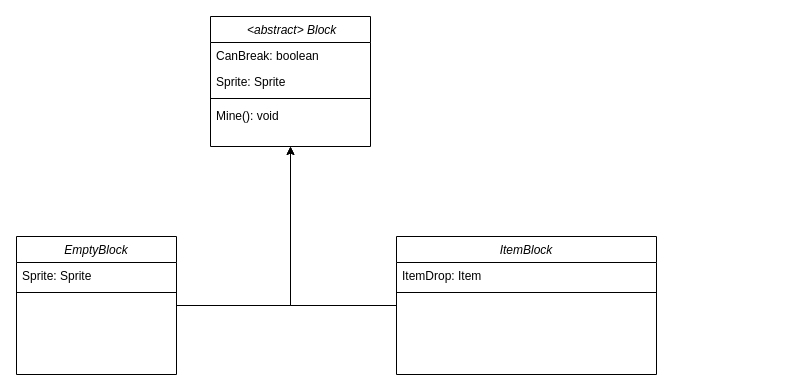
This is page "La Map" (1 of 2) of Projet.drawio from The17thDoctor/Nicomine, a draw.io file, before an edit. Source tidied: cells renumbered, new cells numbered last; positions are measured from the earlier drawing's top-left corner, leaving out a move shared by most shapes. Both pictures are drawn from the tidied source at 100%, with x=0, y=0 at pixel (16, 16).
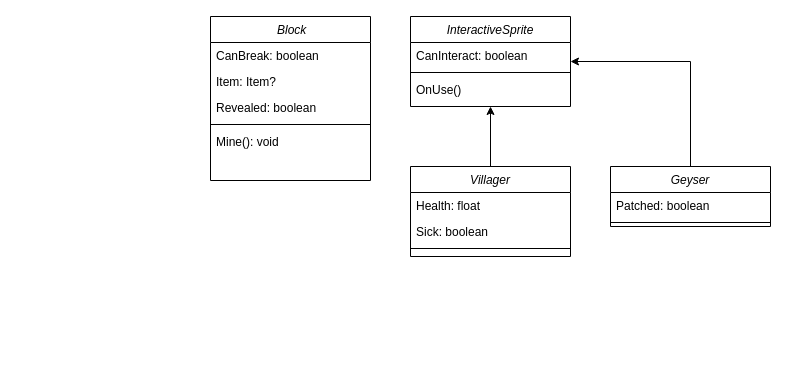
The same page after the edit.

Commit message (it also covers changes not shown here):
Mettre à jour Projet.drawio

Change to the diagram source:
```diff
@@
-    <mxCell id="2" value=" &lt;abstract&gt; Block" style="swimlane;fontStyle=2;align=center;verticalAlign=top;horizontal=1;startSize=26;rounded=0;shadow=0;strokeWidth=1;" parent="1" vertex="1">
-      <mxGeometry x="194" width="160" height="130" as="geometry" />
+    <mxCell id="2" value=" Block" style="swimlane;fontStyle=2;align=center;verticalAlign=top;horizontal=1;startSize=26;rounded=0;shadow=0;strokeWidth=1;" parent="1" vertex="1">
+      <mxGeometry x="194" width="160" height="164" as="geometry" />
     </mxCell>
@@
-    <mxCell id="4" value="Sprite: Sprite" style="text;align=left;verticalAlign=top;spacingLeft=4;spacingRight=4;overflow=hidden;" parent="2" vertex="1">
-      <mxGeometry y="52" width="160" height="26" as="geometry" />
-    </mxCell>
+    <mxCell id="15" value="Item: Item?" style="text;align=left;verticalAlign=top;spacingLeft=4;spacingRight=4;overflow=hidden;" parent="2" vertex="1">
+      <mxGeometry y="52" width="160" height="26" as="geometry" />
+    </mxCell>
+    <mxCell id="16" value="Revealed: boolean" style="text;align=left;verticalAlign=top;spacingLeft=4;spacingRight=4;overflow=hidden;" parent="2" vertex="1">
+      <mxGeometry y="78" width="160" height="26" as="geometry" />
+    </mxCell>
     <mxCell id="5" style="line;html=1;strokeWidth=1;align=left;verticalAlign=middle;spacingTop=-1;spacingLeft=3;spacingRight=3;labelPosition=right;" parent="2" vertex="1">
-      <mxGeometry y="78" width="160" height="8" as="geometry" />
+      <mxGeometry y="104" width="160" height="8" as="geometry" />
     </mxCell>
     <mxCell id="6" value="Mine(): void" style="text;align=left;verticalAlign=top;spacingLeft=4;spacingRight=4;overflow=hidden;" parent="2" vertex="1">
-      <mxGeometry y="86" width="160" height="26" as="geometry" />
+      <mxGeometry y="112" width="160" height="26" as="geometry" />
     </mxCell>
-    <mxCell id="7" style="edgeStyle=orthogonalEdgeStyle;rounded=0;jettySize=auto;html=1;" parent="1" edge="1" source="8" target="2">
-      <mxGeometry relative="1" as="geometry" />
-    </mxCell>
-    <mxCell id="8" value="EmptyBlock" style="swimlane;fontStyle=2;align=center;verticalAlign=top;horizontal=1;startSize=26;rounded=0;shadow=0;strokeWidth=1;" parent="1" vertex="1">
-      <mxGeometry y="220" width="160" height="138" as="geometry" />
-    </mxCell>
-    <mxCell id="9" value="Sprite: Sprite" style="text;align=left;verticalAlign=top;spacingLeft=4;spacingRight=4;overflow=hidden;" parent="8" vertex="1">
-      <mxGeometry y="26" width="160" height="26" as="geometry" />
-    </mxCell>
-    <mxCell id="10" style="line;html=1;strokeWidth=1;align=left;verticalAlign=middle;spacingTop=-1;spacingLeft=3;spacingRight=3;labelPosition=right;" parent="8" vertex="1">
-      <mxGeometry y="52" width="160" height="8" as="geometry" />
-    </mxCell>
-    <mxCell id="11" style="edgeStyle=orthogonalEdgeStyle;rounded=0;jettySize=auto;html=1;" parent="1" edge="1" source="12" target="2">
-      <mxGeometry relative="1" as="geometry" />
-    </mxCell>
-    <mxCell id="12" value="ItemBlock" style="swimlane;fontStyle=2;align=center;verticalAlign=top;horizontal=1;startSize=26;rounded=0;shadow=0;strokeWidth=1;" parent="1" vertex="1">
-      <mxGeometry x="380" y="220" width="260" height="138" as="geometry" />
-    </mxCell>
-    <mxCell id="13" value="ItemDrop: Item" style="text;align=left;verticalAlign=top;spacingLeft=4;spacingRight=4;overflow=hidden;" parent="12" vertex="1">
-      <mxGeometry y="26" width="260" height="26" as="geometry" />
-    </mxCell>
-    <mxCell id="14" style="line;html=1;strokeWidth=1;align=left;verticalAlign=middle;spacingTop=-1;spacingLeft=3;spacingRight=3;labelPosition=right;" parent="12" vertex="1">
-      <mxGeometry y="52" width="260" height="8" as="geometry" />
-    </mxCell>
+    <mxCell id="17" value="InteractiveSprite" style="swimlane;fontStyle=2;align=center;verticalAlign=top;horizontal=1;startSize=26;rounded=0;shadow=0;strokeWidth=1;" parent="1" vertex="1">
+      <mxGeometry x="394" width="160" height="90" as="geometry" />
+    </mxCell>
+    <mxCell id="18" value="CanInteract: boolean" style="text;align=left;verticalAlign=top;spacingLeft=4;spacingRight=4;overflow=hidden;" parent="17" vertex="1">
+      <mxGeometry y="26" width="160" height="26" as="geometry" />
+    </mxCell>
+    <mxCell id="19" style="line;html=1;strokeWidth=1;align=left;verticalAlign=middle;spacingTop=-1;spacingLeft=3;spacingRight=3;labelPosition=right;" parent="17" vertex="1">
+      <mxGeometry y="52" width="160" height="8" as="geometry" />
+    </mxCell>
+    <mxCell id="20" value="OnUse()" style="text;align=left;verticalAlign=top;spacingLeft=4;spacingRight=4;overflow=hidden;" parent="17" vertex="1">
+      <mxGeometry y="60" width="160" height="26" as="geometry" />
+    </mxCell>
+    <mxCell id="21" style="edgeStyle=orthogonalEdgeStyle;rounded=0;jettySize=auto;html=1;" parent="1" edge="1" source="22" target="17">
+      <mxGeometry relative="1" as="geometry" />
+    </mxCell>
+    <mxCell id="22" value="Villager" style="swimlane;fontStyle=2;align=center;verticalAlign=top;horizontal=1;startSize=26;rounded=0;shadow=0;strokeWidth=1;" parent="1" vertex="1">
+      <mxGeometry x="394" y="150" width="160" height="90" as="geometry" />
+    </mxCell>
+    <mxCell id="23" value="Health: float" style="text;align=left;verticalAlign=top;spacingLeft=4;spacingRight=4;overflow=hidden;" parent="22" vertex="1">
+      <mxGeometry y="26" width="160" height="26" as="geometry" />
+    </mxCell>
+    <mxCell id="24" value="Sick: boolean" style="text;align=left;verticalAlign=top;spacingLeft=4;spacingRight=4;overflow=hidden;" parent="22" vertex="1">
+      <mxGeometry y="52" width="160" height="26" as="geometry" />
+    </mxCell>
+    <mxCell id="25" style="line;html=1;strokeWidth=1;align=left;verticalAlign=middle;spacingTop=-1;spacingLeft=3;spacingRight=3;labelPosition=right;" parent="22" vertex="1">
+      <mxGeometry y="78" width="160" height="8" as="geometry" />
+    </mxCell>
+    <mxCell id="26" style="edgeStyle=orthogonalEdgeStyle;rounded=0;jettySize=auto;html=1;" parent="1" edge="1" source="27" target="17">
+      <mxGeometry relative="1" as="geometry">
+        <Array as="points">
+          <mxPoint x="674" y="45" />
+        </Array>
+      </mxGeometry>
+    </mxCell>
+    <mxCell id="27" value="Geyser" style="swimlane;fontStyle=2;align=center;verticalAlign=top;horizontal=1;startSize=26;rounded=0;shadow=0;strokeWidth=1;" parent="1" vertex="1">
+      <mxGeometry x="594" y="150" width="160" height="60" as="geometry" />
+    </mxCell>
+    <mxCell id="28" value="Patched: boolean" style="text;align=left;verticalAlign=top;spacingLeft=4;spacingRight=4;overflow=hidden;" parent="27" vertex="1">
+      <mxGeometry y="26" width="160" height="26" as="geometry" />
+    </mxCell>
+    <mxCell id="29" style="line;html=1;strokeWidth=1;align=left;verticalAlign=middle;spacingTop=-1;spacingLeft=3;spacingRight=3;labelPosition=right;" parent="27" vertex="1">
+      <mxGeometry y="52" width="160" height="8" as="geometry" />
+    </mxCell>
```
